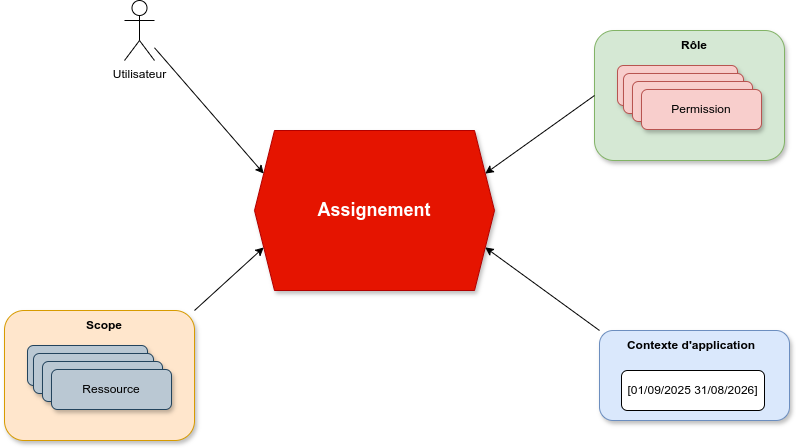
Earlier version of the draw.io export img/RBAC-assignment.png (avenirs-esr/presentations). Source tidied: cells renumbered, new cells last; positions are measured from the earlier drawing's top-left corner, leaving out a move shared by most shapes.
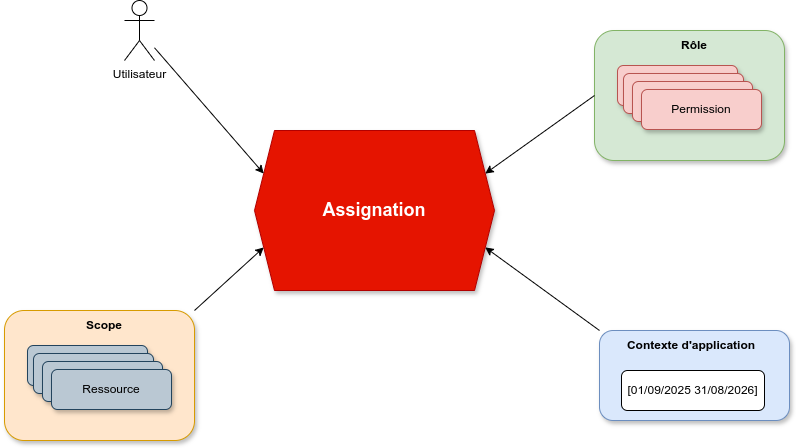
After the commit.

Diff of the diagram source:
```diff
@@ -2,7 +2,7 @@
   <root>
     <mxCell id="0" />
     <mxCell id="1" parent="0" />
-    <mxCell id="2" value="&lt;b&gt;&lt;font color=&quot;#ffffff&quot; style=&quot;font-size: 18px;&quot;&gt;Assignement&lt;/font&gt;&lt;/b&gt;" style="shape=hexagon;perimeter=hexagonPerimeter2;whiteSpace=wrap;html=1;fixedSize=1;fillColor=#e51400;fontColor=#ffffff;strokeColor=#B20000;shadow=1;" parent="1" vertex="1">
+    <mxCell id="2" value="&lt;b&gt;&lt;font color=&quot;#ffffff&quot; style=&quot;font-size: 18px;&quot;&gt;Assignation&lt;/font&gt;&lt;/b&gt;" style="shape=hexagon;perimeter=hexagonPerimeter2;whiteSpace=wrap;html=1;fixedSize=1;fillColor=#e51400;fontColor=#ffffff;strokeColor=#B20000;shadow=1;" parent="1" vertex="1">
       <mxGeometry x="250" y="130" width="240" height="160" as="geometry" />
     </mxCell>
     <mxCell id="3" style="endArrow=classic;html=1;rounded=0;entryX=0;entryY=0.25;entryDx=0;entryDy=0;" parent="1" edge="1" source="4" target="2">
```
